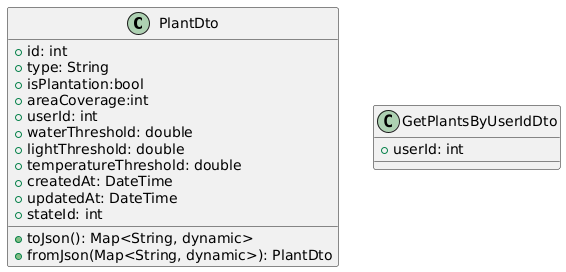
Before: assets/class-diagrams/managementMobile.png, a diagram exported from PlantUML (wemade-IoT/Documents_Repository).
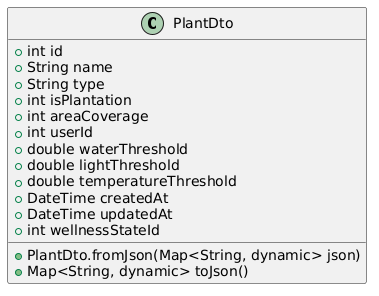
The same diagram one commit later.

What changed in the source:
```diff
@@ -1,21 +1,19 @@
 @startuml
 class PlantDto {
-    +id: int
-    +type: String
-    +isPlantation:bool
-    +areaCoverage:int
-    +userId: int
-    +waterThreshold: double
-    +lightThreshold: double
-    +temperatureThreshold: double
-    +createdAt: DateTime
-    +updatedAt: DateTime
-    +stateId: int
-    +toJson(): Map<String, dynamic>
-    +fromJson(Map<String, dynamic>): PlantDto
-}
+  +int id
+  +String name
+  +String type
+  +int isPlantation
+  +int areaCoverage
+  +int userId
+  +double waterThreshold
+  +double lightThreshold
+  +double temperatureThreshold
+  +DateTime createdAt
+  +DateTime updatedAt
+  +int wellnessStateId
 
-class GetPlantsByUserIdDto {
-    +userId: int
+  +PlantDto.fromJson(Map<String, dynamic> json)
+  +Map<String, dynamic> toJson()
 }
 @enduml
```
